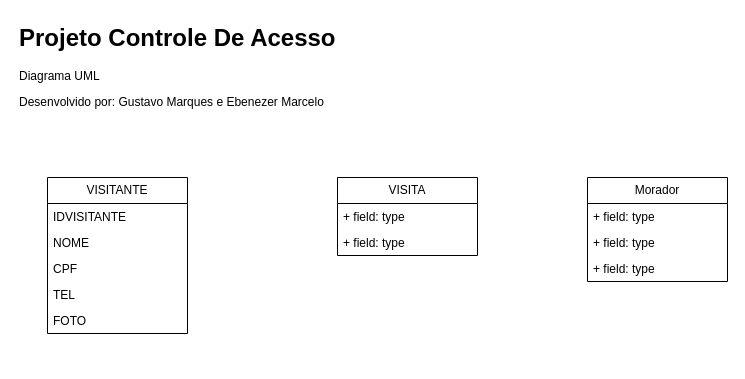
Before: DiagramaUML.drawio in M4rquesGustavo/3ds, a draw.io diagram. Source tidied: cells renumbered, new cells numbered last; positions are measured from the earlier drawing's top-left corner, leaving out a move shared by most shapes. Both pictures are drawn from the tidied source at 100%, with x=0, y=0 at pixel (17, 17).
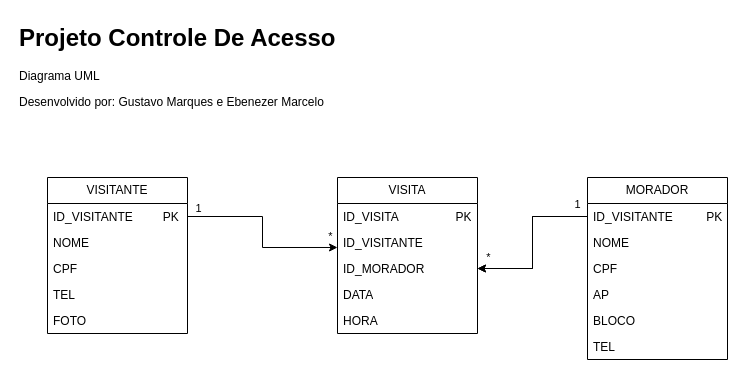
After the change.

The change refers to these unchanged cells:
```xml
<mxCell id="5" value="VISITANTE" style="swimlane;fontStyle=0;horizontal=1;startSize=26;fillColor=none;whiteSpace=wrap;html=1;" parent="1" vertex="1">
  <mxGeometry x="30" y="160" width="140" height="156" as="geometry" />
</mxCell>
```

Change to the diagram source:
```diff
@@
     <mxCell id="2" value="VISITA" style="swimlane;fontStyle=0;horizontal=1;startSize=26;fillColor=none;whiteSpace=wrap;html=1;" parent="1" vertex="1">
-      <mxGeometry x="320" y="160" width="140" height="78" as="geometry" />
+      <mxGeometry x="320" y="160" width="140" height="156" as="geometry" />
     </mxCell>
-    <mxCell id="3" value="+ field: type" style="text;strokeColor=none;fillColor=none;align=left;verticalAlign=top;spacingLeft=4;spacingRight=4;overflow=hidden;whiteSpace=wrap;html=1;" parent="2" vertex="1">
+    <mxCell id="3" value="ID_VISITA&amp;nbsp; &amp;nbsp; &amp;nbsp; &amp;nbsp; &amp;nbsp; &amp;nbsp; &amp;nbsp; &amp;nbsp; &amp;nbsp;PK" style="text;strokeColor=none;fillColor=none;align=left;verticalAlign=top;spacingLeft=4;spacingRight=4;overflow=hidden;whiteSpace=wrap;html=1;" parent="2" vertex="1">
       <mxGeometry y="26" width="140" height="26" as="geometry" />
     </mxCell>
-    <mxCell id="4" value="+ field: type" style="text;strokeColor=none;fillColor=none;align=left;verticalAlign=top;spacingLeft=4;spacingRight=4;overflow=hidden;whiteSpace=wrap;html=1;" parent="2" vertex="1">
-      <mxGeometry y="52" width="140" height="26" as="geometry" />
-    </mxCell>
+    <mxCell id="16" value="ID_VISITANTE" style="text;strokeColor=none;fillColor=none;align=left;verticalAlign=top;spacingLeft=4;spacingRight=4;overflow=hidden;points=[[0,0.5],[1,0.5]];portConstraint=eastwest;whiteSpace=wrap;html=1;" parent="2" vertex="1">
+      <mxGeometry y="52" width="140" height="26" as="geometry" />
+    </mxCell>
+    <mxCell id="17" value="ID_MORADOR" style="text;strokeColor=none;fillColor=none;align=left;verticalAlign=top;spacingLeft=4;spacingRight=4;overflow=hidden;points=[[0,0.5],[1,0.5]];portConstraint=eastwest;whiteSpace=wrap;html=1;" parent="2" vertex="1">
+      <mxGeometry y="78" width="140" height="26" as="geometry" />
+    </mxCell>
+    <mxCell id="18" value="DATA" style="text;strokeColor=none;fillColor=none;align=left;verticalAlign=top;spacingLeft=4;spacingRight=4;overflow=hidden;whiteSpace=wrap;html=1;" parent="2" vertex="1">
+      <mxGeometry y="104" width="140" height="26" as="geometry" />
+    </mxCell>
+    <mxCell id="19" value="HORA" style="text;strokeColor=none;fillColor=none;align=left;verticalAlign=top;spacingLeft=4;spacingRight=4;overflow=hidden;whiteSpace=wrap;html=1;" parent="2" vertex="1">
+      <mxGeometry y="130" width="140" height="26" as="geometry" />
+    </mxCell>
+    <mxCell id="15" value="&lt;h1 style=&quot;margin-top: 0px;&quot;&gt;Projeto Controle De Acesso&lt;/h1&gt;&lt;div&gt;Diagrama UML&lt;/div&gt;&lt;p&gt;Desenvolvido por: Gustavo Marques e Ebenezer Marcelo&lt;/p&gt;" style="text;html=1;whiteSpace=wrap;overflow=hidden;rounded=0;" parent="1" vertex="1">
+      <mxGeometry width="410" height="130" as="geometry" />
+    </mxCell>
@@
-    <mxCell id="6" value="IDVISITANTE" style="text;strokeColor=none;fillColor=none;align=left;verticalAlign=top;spacingLeft=4;spacingRight=4;overflow=hidden;points=[[0,0.5],[1,0.5]];portConstraint=eastwest;whiteSpace=wrap;html=1;" parent="5" vertex="1">
+    <mxCell id="6" value="ID_VISITANTE&amp;nbsp; &amp;nbsp; &amp;nbsp; &amp;nbsp; &amp;nbsp;PK" style="text;strokeColor=none;fillColor=none;align=left;verticalAlign=top;spacingLeft=4;spacingRight=4;overflow=hidden;points=[[0,0.5],[1,0.5]];portConstraint=eastwest;whiteSpace=wrap;html=1;" parent="5" vertex="1">
       <mxGeometry y="26" width="140" height="26" as="geometry" />
     </mxCell>
@@
-    <mxCell id="11" value="Morador" style="swimlane;fontStyle=0;horizontal=1;startSize=26;fillColor=none;whiteSpace=wrap;html=1;" parent="1" vertex="1">
-      <mxGeometry x="570" y="160" width="140" height="104" as="geometry" />
+    <mxCell id="11" value="MORADOR" style="swimlane;fontStyle=0;horizontal=1;startSize=26;fillColor=none;whiteSpace=wrap;html=1;" parent="1" vertex="1">
+      <mxGeometry x="570" y="160" width="140" height="182" as="geometry" />
     </mxCell>
-    <mxCell id="12" value="+ field: type" style="text;strokeColor=none;fillColor=none;align=left;verticalAlign=top;spacingLeft=4;spacingRight=4;overflow=hidden;points=[[0,0.5],[1,0.5]];portConstraint=eastwest;whiteSpace=wrap;html=1;" parent="11" vertex="1">
+    <mxCell id="12" value="ID_VISITANTE&amp;nbsp; &amp;nbsp; &amp;nbsp; &amp;nbsp; &amp;nbsp; PK" style="text;strokeColor=none;fillColor=none;align=left;verticalAlign=top;spacingLeft=4;spacingRight=4;overflow=hidden;points=[[0,0.5],[1,0.5]];portConstraint=eastwest;whiteSpace=wrap;html=1;" parent="11" vertex="1">
       <mxGeometry y="26" width="140" height="26" as="geometry" />
     </mxCell>
-    <mxCell id="13" value="+ field: type" style="text;strokeColor=none;fillColor=none;align=left;verticalAlign=top;spacingLeft=4;spacingRight=4;overflow=hidden;whiteSpace=wrap;html=1;" parent="11" vertex="1">
+    <mxCell id="13" value="NOME" style="text;strokeColor=none;fillColor=none;align=left;verticalAlign=top;spacingLeft=4;spacingRight=4;overflow=hidden;whiteSpace=wrap;html=1;" parent="11" vertex="1">
       <mxGeometry y="52" width="140" height="26" as="geometry" />
     </mxCell>
-    <mxCell id="14" value="+ field: type" style="text;strokeColor=none;fillColor=none;align=left;verticalAlign=top;spacingLeft=4;spacingRight=4;overflow=hidden;whiteSpace=wrap;html=1;" parent="11" vertex="1">
+    <mxCell id="14" value="CPF" style="text;strokeColor=none;fillColor=none;align=left;verticalAlign=top;spacingLeft=4;spacingRight=4;overflow=hidden;whiteSpace=wrap;html=1;" parent="11" vertex="1">
       <mxGeometry y="78" width="140" height="26" as="geometry" />
     </mxCell>
-    <mxCell id="15" value="&lt;h1 style=&quot;margin-top: 0px;&quot;&gt;Projeto Controle De Acesso&lt;/h1&gt;&lt;div&gt;Diagrama UML&lt;/div&gt;&lt;p&gt;Desenvolvido por: Gustavo Marques e Ebenezer Marcelo&lt;/p&gt;" style="text;html=1;whiteSpace=wrap;overflow=hidden;rounded=0;" parent="1" vertex="1">
-      <mxGeometry width="340" height="120" as="geometry" />
-    </mxCell>
+    <mxCell id="20" value="AP" style="text;strokeColor=none;fillColor=none;align=left;verticalAlign=top;spacingLeft=4;spacingRight=4;overflow=hidden;whiteSpace=wrap;html=1;" parent="11" vertex="1">
+      <mxGeometry y="104" width="140" height="26" as="geometry" />
+    </mxCell>
+    <mxCell id="21" value="BLOCO" style="text;strokeColor=none;fillColor=none;align=left;verticalAlign=top;spacingLeft=4;spacingRight=4;overflow=hidden;whiteSpace=wrap;html=1;" parent="11" vertex="1">
+      <mxGeometry y="130" width="140" height="26" as="geometry" />
+    </mxCell>
+    <mxCell id="22" value="TEL" style="text;strokeColor=none;fillColor=none;align=left;verticalAlign=top;spacingLeft=4;spacingRight=4;overflow=hidden;whiteSpace=wrap;html=1;" parent="11" vertex="1">
+      <mxGeometry y="156" width="140" height="26" as="geometry" />
+    </mxCell>
+    <mxCell id="23" style="edgeStyle=orthogonalEdgeStyle;rounded=0;jettySize=auto;html=1;fontStyle=0;exitX=1;exitY=0.5;exitDx=0;exitDy=0;entryX=0;entryY=0.692;entryDx=0;entryDy=0;entryPerimeter=0;" parent="1" edge="1" source="6" target="16">
+      <mxGeometry relative="1" as="geometry">
+        <Array as="points">
+          <mxPoint x="245" y="199" />
+          <mxPoint x="245" y="230" />
+        </Array>
+      </mxGeometry>
+    </mxCell>
+    <mxCell id="24" value="1" style="edgeLabel;html=1;align=center;verticalAlign=middle;" parent="23" vertex="1">
+      <mxGeometry x="-0.93" relative="1" as="geometry">
+        <mxPoint x="4" y="-9" as="offset" />
+      </mxGeometry>
+    </mxCell>
+    <mxCell id="25" value="*" style="edgeLabel;html=1;align=center;verticalAlign=middle;" parent="23" vertex="1">
+      <mxGeometry x="0.93" y="-1" relative="1" as="geometry">
+        <mxPoint x="-2" y="-12" as="offset" />
+      </mxGeometry>
+    </mxCell>
+    <mxCell id="26" style="edgeStyle=orthogonalEdgeStyle;rounded=0;jettySize=auto;html=1;entryX=1;entryY=0.5;entryDx=0;entryDy=0;" parent="1" edge="1" source="12" target="17">
+      <mxGeometry relative="1" as="geometry" />
+    </mxCell>
+    <mxCell id="27" value="*" style="edgeLabel;html=1;align=center;verticalAlign=middle;spacing=9;spacingTop=8;spacingBottom=6;" parent="26" vertex="1">
+      <mxGeometry x="0.88" y="1" relative="1" as="geometry">
+        <mxPoint y="-14" as="offset" />
+      </mxGeometry>
+    </mxCell>
+    <mxCell id="28" style="edgeStyle=orthogonalEdgeStyle;rounded=0;jettySize=auto;html=1;" parent="1" edge="1" source="12" target="17">
+      <mxGeometry relative="1" as="geometry" />
+    </mxCell>
+    <mxCell id="29" value="1" style="edgeLabel;html=1;align=center;verticalAlign=middle;" parent="28" vertex="1">
+      <mxGeometry x="-0.86" y="-1" relative="1" as="geometry">
+        <mxPoint y="-12" as="offset" />
+      </mxGeometry>
+    </mxCell>
```
